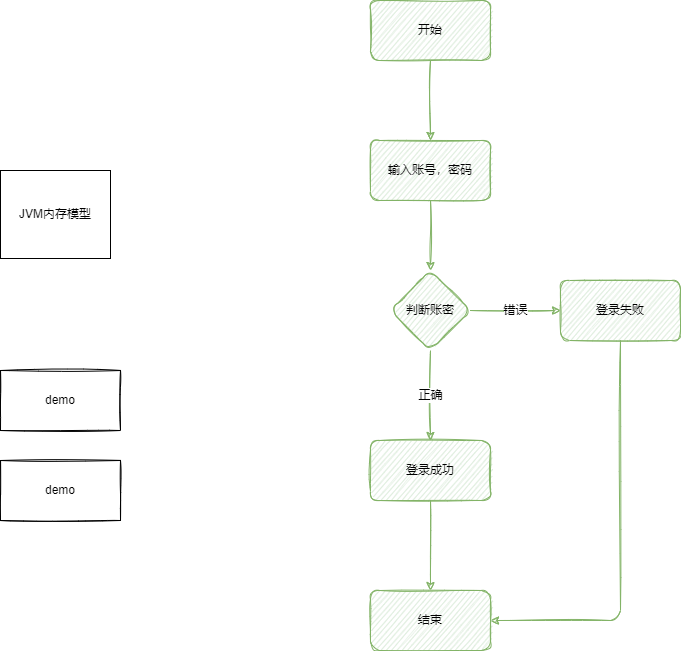
Earlier version of the draw.io export demo.png (pipisay/draw). Source tidied: cells renumbered, new cells last; positions are measured from the earlier drawing's top-left corner, leaving out a move shared by most shapes.
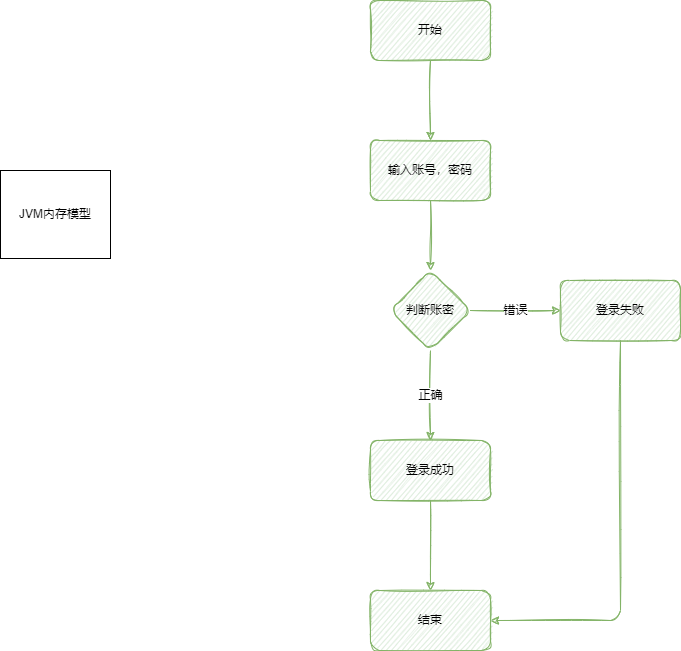
The same file after the commit.

Diff of the diagram source:
```diff
@@ -41,12 +41,6 @@
     <mxCell id="14" value="结束" style="whiteSpace=wrap;html=1;rounded=1;sketch=1;fillColor=#d5e8d4;strokeColor=#82b366;" parent="1" vertex="1">
       <mxGeometry x="370" y="590" width="120" height="60" as="geometry" />
     </mxCell>
-    <mxCell id="15" value="demo" style="rounded=0;whiteSpace=wrap;html=1;sketch=1;" parent="1" vertex="1">
-      <mxGeometry y="370" width="120" height="60" as="geometry" />
-    </mxCell>
-    <mxCell id="16" value="demo" style="rounded=0;whiteSpace=wrap;html=1;sketch=1;" parent="1" vertex="1">
-      <mxGeometry y="460" width="120" height="60" as="geometry" />
-    </mxCell>
     <mxCell id="17" value="图层2" parent="0" />
   </root>
 </mxGraphModel>
```
